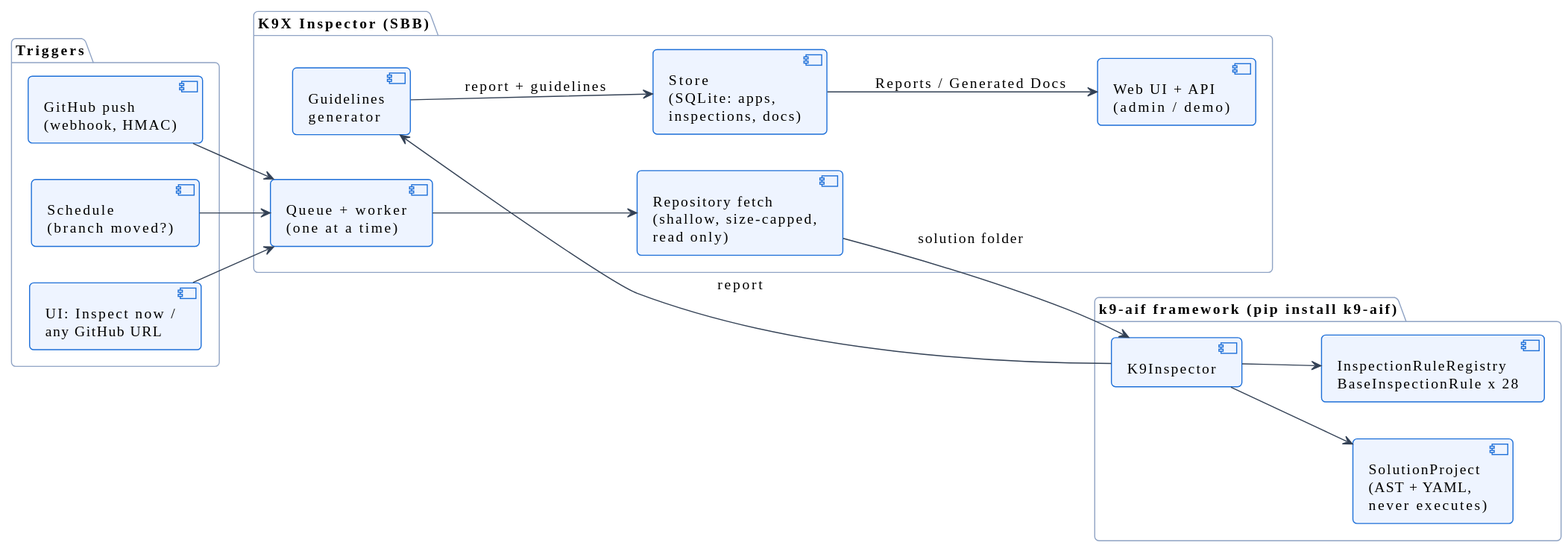
The PlantUML diagram web/architecture.svg in k9aif/k9x-inspector, before a commit.
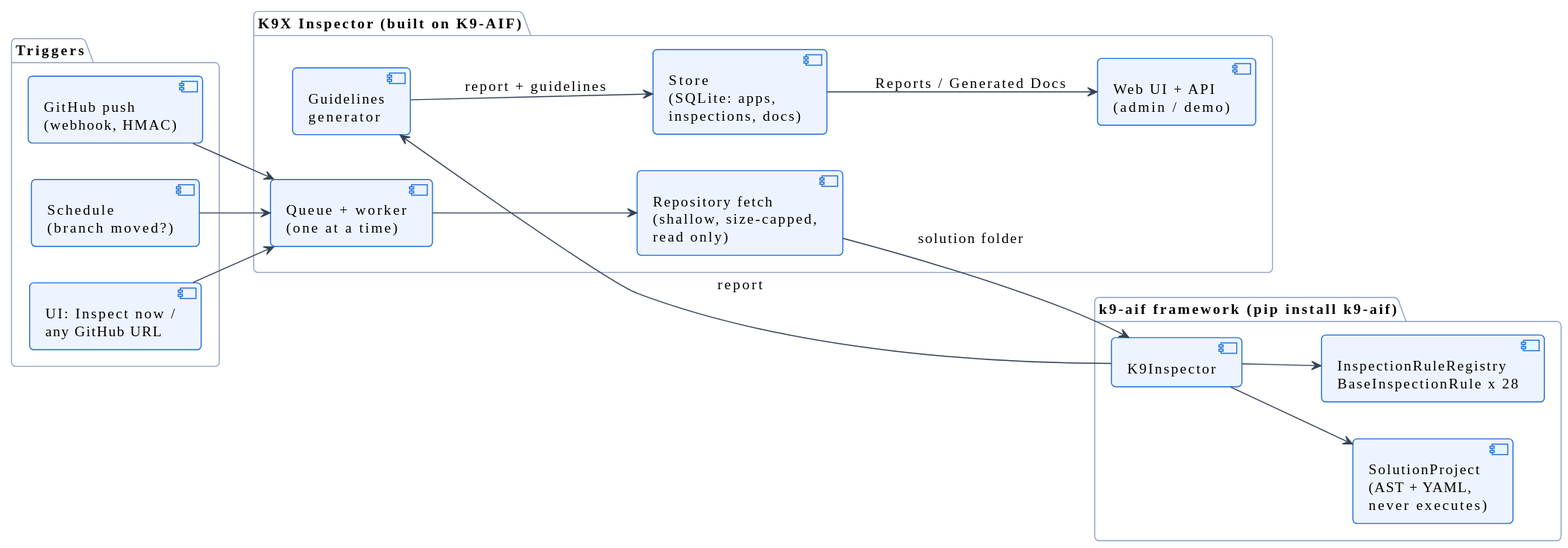
The same diagram one commit later.

Commit message:
Architecture diagram: 'built on K9-AIF' instead of internal SBB label

Diff of the diagram source:
```diff
@@ -15,7 +15,7 @@
   [UI: Inspect now /\nany GitHub URL] as UI
 }
 
-package "K9X Inspector (SBB)" {
+package "K9X Inspector (built on K9-AIF)" {
   [Queue + worker\n(one at a time)] as Q
   [Repository fetch\n(shallow, size-capped,\nread only)] as R
   [Guidelines\ngenerator] as G
```
